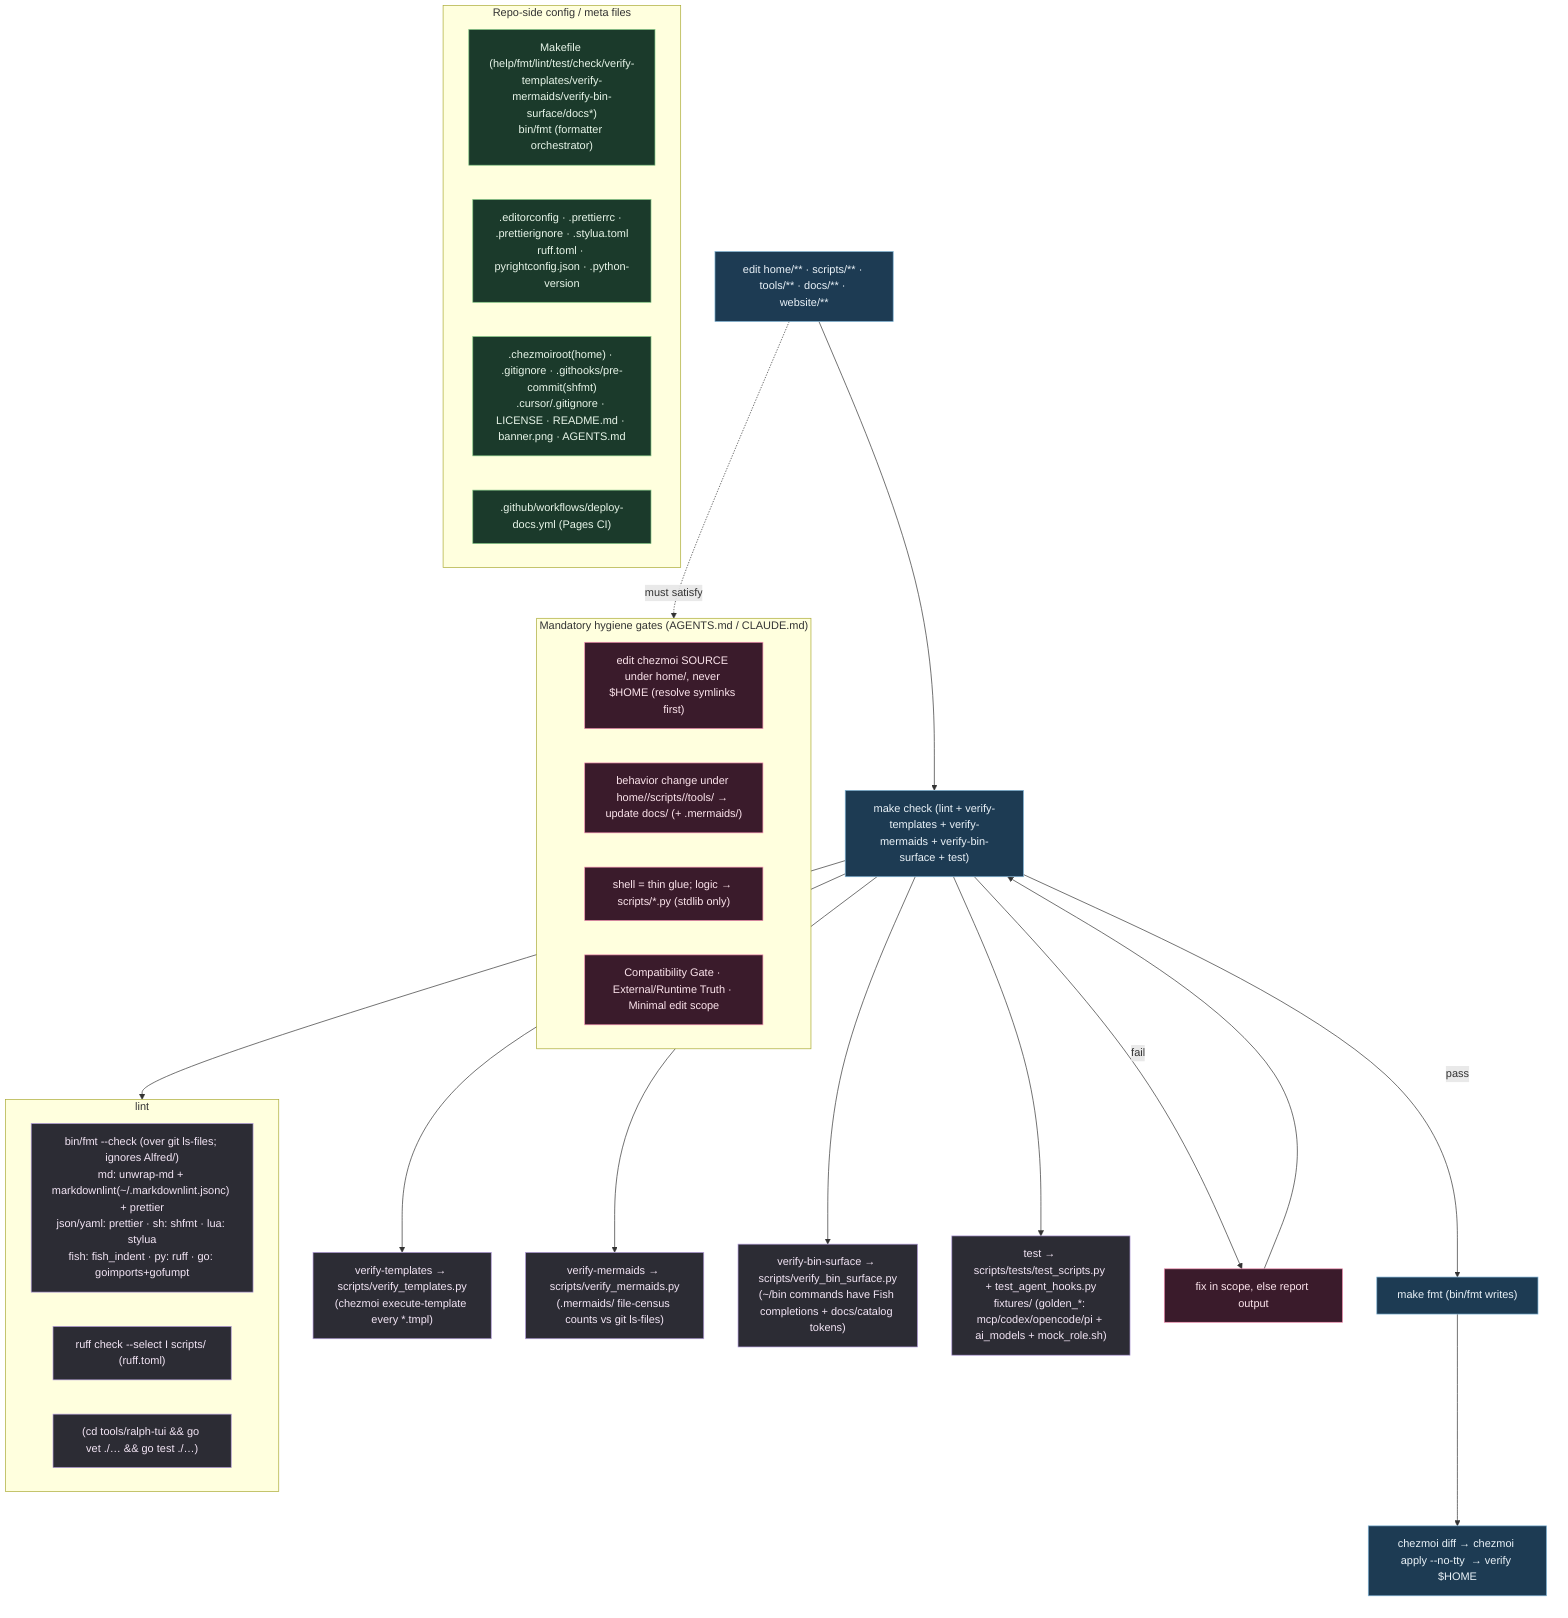
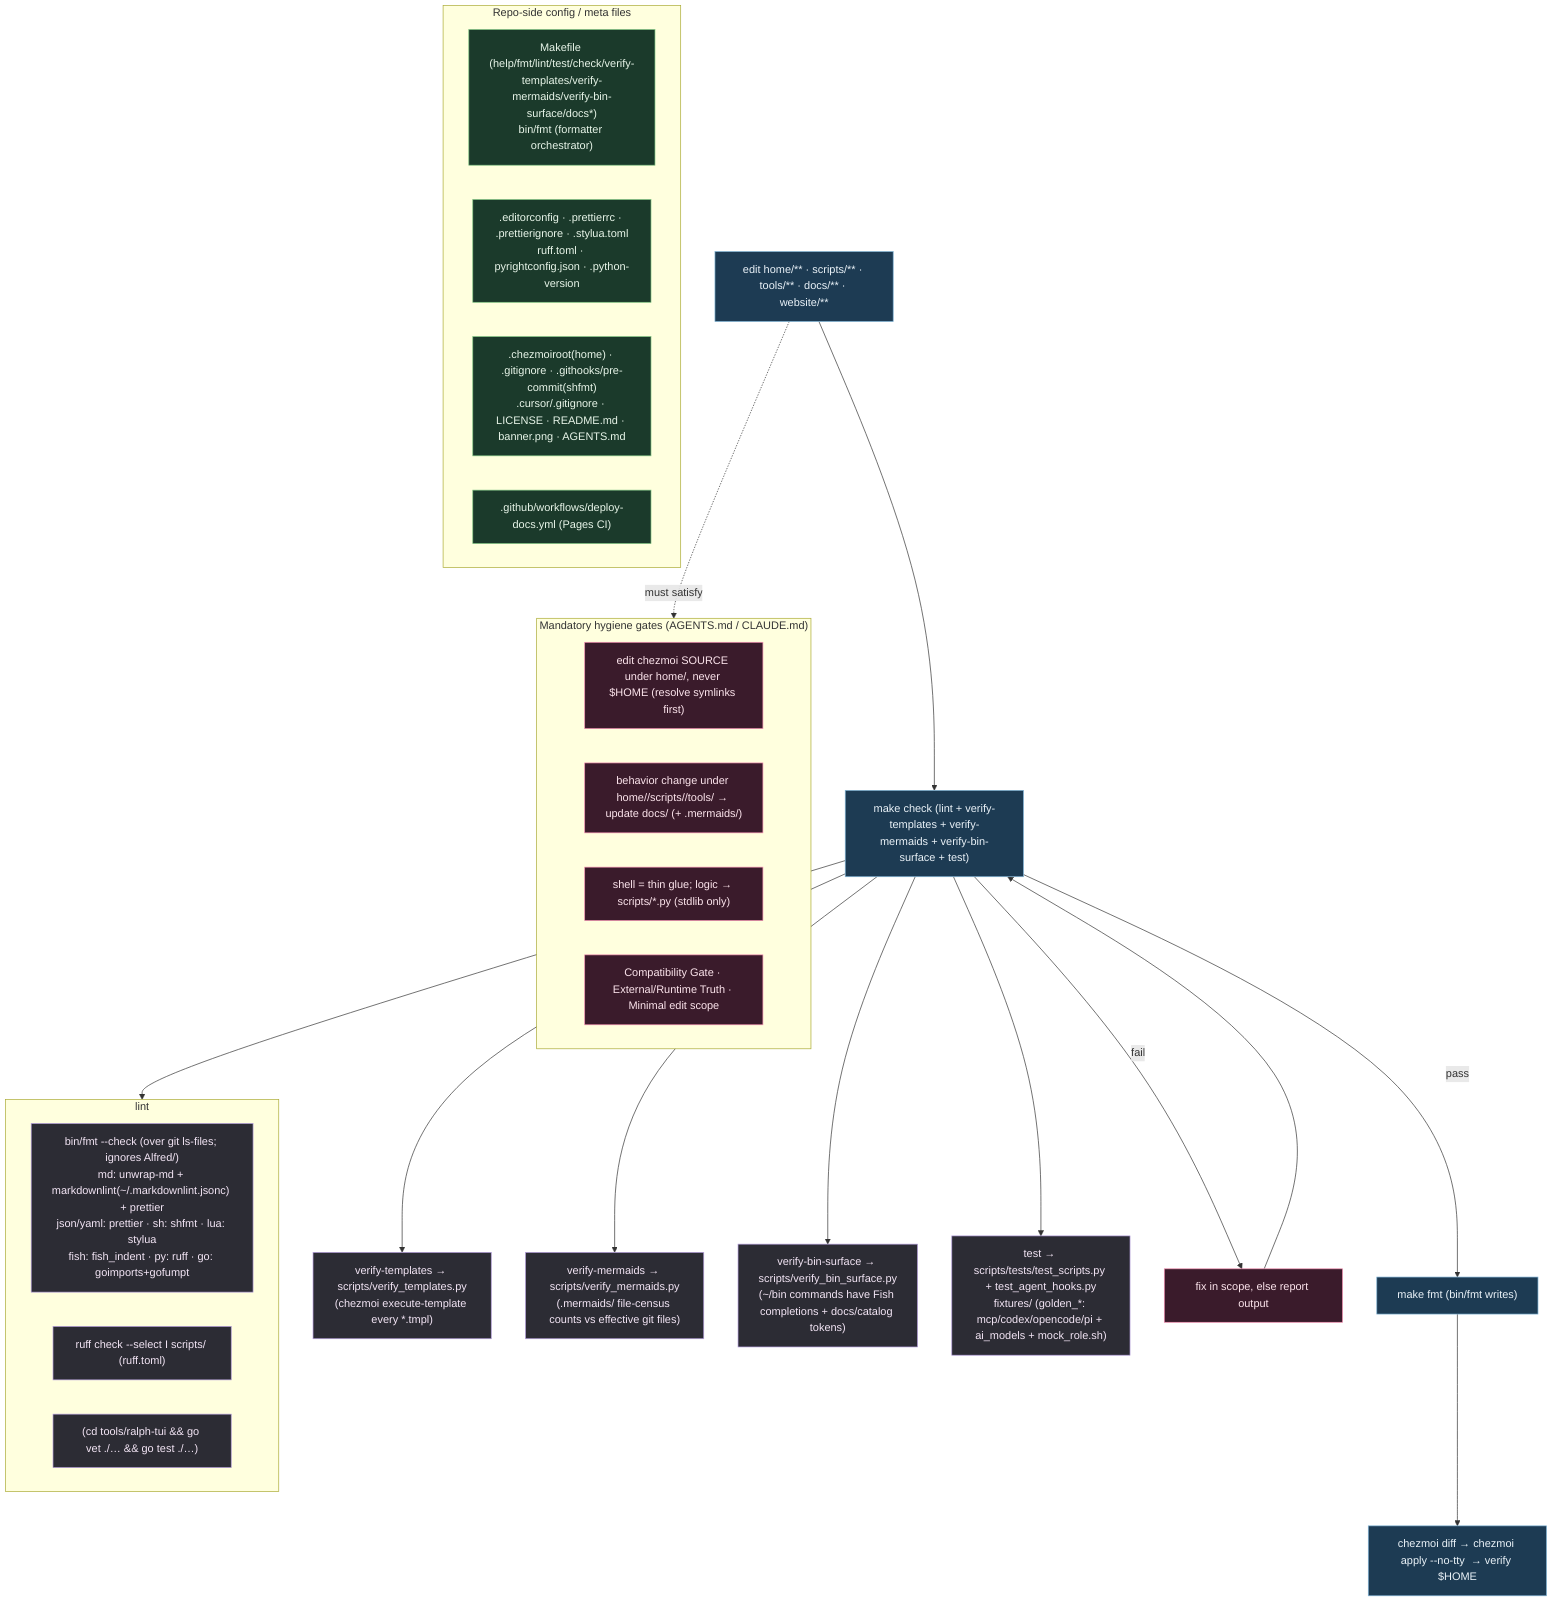
%% ============================================================================
%% 09-repo-validation.mmd — Repo dev loop + every repo-side config/meta file.
%% After every change: `make check` then `make fmt`. bin/fmt operates over
%% `git ls-files` (so .mmd files, having no matched extension, are untouched).
%% ============================================================================
flowchart TD
    classDef mk fill:#1d3b53,stroke:#7fb3d5,color:#eaf2f8;
    classDef tool fill:#2c2c34,stroke:#b39ddb,color:#f3e5f5;
    classDef gate fill:#3a1b2b,stroke:#f48fb1,color:#fce4ec;
    classDef cfg fill:#1b3a2b,stroke:#81c784,color:#e8f5e9;

    EDIT["edit home/** · scripts/** · tools/** · docs/** · website/**"]:::mk --> CHECK["make check (lint + verify-templates + verify-mermaids + verify-bin-surface + test)"]:::mk

    subgraph LINT["lint"]
        FMT["bin/fmt --check (over git ls-files; ignores Alfred/)<br/>md: unwrap-md + markdownlint(~/.markdownlint.jsonc) + prettier<br/>json/yaml: prettier · sh: shfmt · lua: stylua<br/>fish: fish_indent · py: ruff · go: goimports+gofumpt"]:::tool
        RUFFI["ruff check --select I scripts/ (ruff.toml)"]:::tool
        GOV["(cd tools/ralph-tui && go vet ./… && go test ./…)"]:::tool
    end
    VT["verify-templates → scripts/verify_templates.py<br/>(chezmoi execute-template every *.tmpl)"]:::tool
-     VM["verify-mermaids → scripts/verify_mermaids.py<br/>(.mermaids/ file-census counts vs git ls-files)"]:::tool
+     VM["verify-mermaids → scripts/verify_mermaids.py<br/>(.mermaids/ file-census counts vs effective git files)"]:::tool
    VB["verify-bin-surface → scripts/verify_bin_surface.py<br/>(~/bin commands have Fish completions + docs/catalog tokens)"]:::tool
    TST["test → scripts/tests/test_scripts.py + test_agent_hooks.py<br/>fixtures/ (golden_*: mcp/codex/opencode/pi + ai_models + mock_role.sh)"]:::tool
    CHECK --> LINT & VT & VM & VB & TST

    CHECK -->|fail| FIX["fix in scope, else report output"]:::gate --> CHECK
    CHECK -->|pass| FMTW["make fmt (bin/fmt writes)"]:::mk
    FMTW --> APPLY["chezmoi diff → chezmoi apply --no-tty <target> → verify $HOME"]:::mk

    subgraph CONFIG["Repo-side config / meta files"]
        C1["Makefile (help/fmt/lint/test/check/verify-templates/verify-mermaids/verify-bin-surface/docs*)<br/>bin/fmt (formatter orchestrator)"]:::cfg
        C2[".editorconfig · .prettierrc · .prettierignore · .stylua.toml<br/>ruff.toml · pyrightconfig.json · .python-version"]:::cfg
        C3[".chezmoiroot(home) · .gitignore · .githooks/pre-commit(shfmt)<br/>.cursor/.gitignore · LICENSE · README.md · banner.png · AGENTS.md"]:::cfg
        C4[".github/workflows/deploy-docs.yml (Pages CI)"]:::cfg
    end

    subgraph HYG["Mandatory hygiene gates (AGENTS.md / CLAUDE.md)"]
        G1["edit chezmoi SOURCE under home/, never $HOME (resolve symlinks first)"]:::gate
        G2["behavior change under home//scripts//tools/ → update docs/ (+ .mermaids/)"]:::gate
        G3["shell = thin glue; logic → scripts/*.py (stdlib only)"]:::gate
        G4["Compatibility Gate · External/Runtime Truth · Minimal edit scope"]:::gate
    end
    EDIT -.must satisfy.-> HYG
